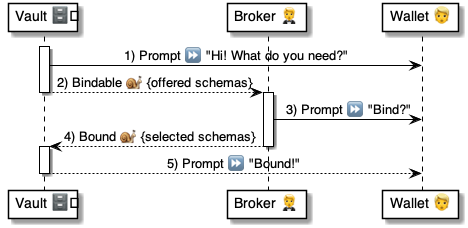
pollyweb-org/pollyweb-docs keeps this PlantUML diagram as 4 ⚙️ Solution/20 🧑‍🦰 UI/Wallets 🧑‍🦰/🧑‍🦰💬 Wallet chats/...in Prompts 🤔/Bind 👉🗄️🔗/🧑‍🦰 Bind vault ⚙️ uml.png. Above is the earlier version. Its source is kept beside it as 4 ⚙️ Solution/20 🧑‍🦰 UI/Wallets 🧑‍🦰/🧑‍🦰💬 Wallet chats/...in Prompts 🤔/Bind 👉🗄️🔗/🧑‍🦰 Bind vault ⚙️ uml.puml.
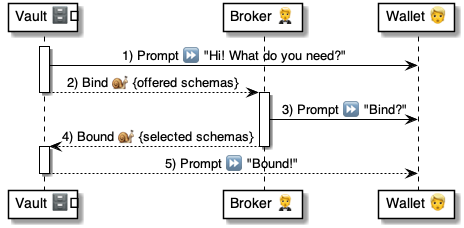
Later version of the same file.

Diff of the diagram source:
```diff
@@ -9,7 +9,7 @@
 
 activate vault
     vault -> wallet: 1) Prompt ⏩ "Hi! What do you need?"
-    vault --> broker: 2) Bindable 🐌 {offered schemas}
+    vault --> broker: 2) Bind 🐌 {offered schemas}
 deactivate vault
 
 activate broker
```
